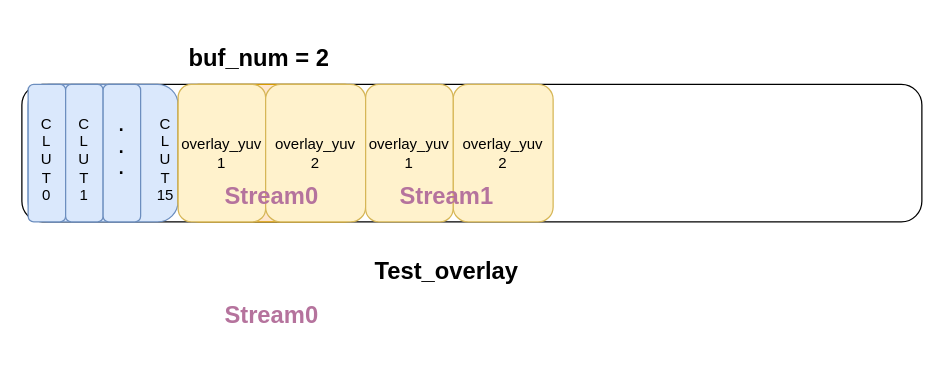
Before: amba-overlay-mem.drawio in SheridanX/diagrams, a draw.io diagram. Source tidied: cells renumbered, new cells numbered last; positions are measured from the earlier drawing's top-left corner, leaving out a move shared by most shapes. Both pictures are drawn from the tidied source at 125%, with x=0, y=0 at pixel (21, 21).
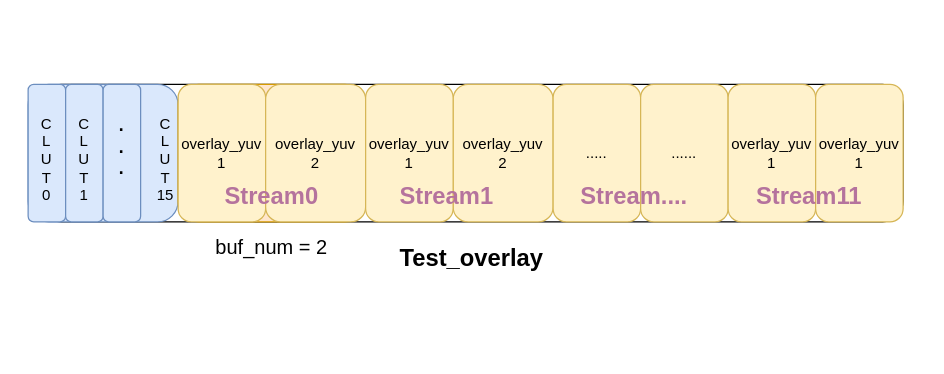
Above is the later version.

What changed in the source:
```diff
@@
     <mxCell id="3" style="rounded=1;whiteSpace=wrap;html=1;" parent="1" vertex="1">
-      <mxGeometry y="50" width="720" height="110" as="geometry" />
+      <mxGeometry x="15" y="50" width="690" height="110" as="geometry" />
     </mxCell>
     <mxCell id="4" value="&lt;b&gt;&lt;font style=&quot;font-size: 19px&quot;&gt;Test_overlay&lt;/font&gt;&lt;/b&gt;" style="text;html=1;strokeColor=none;fillColor=none;align=center;verticalAlign=middle;whiteSpace=wrap;rounded=0;" parent="1" vertex="1">
-      <mxGeometry x="275" y="170" width="130" height="60" as="geometry" />
+      <mxGeometry x="295" y="160" width="130" height="60" as="geometry" />
     </mxCell>
@@
-    <mxCell id="14" value="&lt;b&gt;&lt;font style=&quot;font-size: 19px&quot;&gt;buf_num = 2&lt;/font&gt;&lt;/b&gt;" style="text;html=1;strokeColor=none;fillColor=none;align=center;verticalAlign=middle;whiteSpace=wrap;rounded=0;" parent="1" vertex="1">
-      <mxGeometry x="125" width="130" height="60" as="geometry" />
+    <mxCell id="14" value="&lt;font style=&quot;font-size: 16px&quot;&gt;buf_num = 2&lt;/font&gt;" style="text;html=1;strokeColor=none;fillColor=none;align=center;verticalAlign=middle;whiteSpace=wrap;rounded=0;" parent="1" vertex="1">
+      <mxGeometry x="135" y="150" width="130" height="60" as="geometry" />
     </mxCell>
@@
-    <mxCell id="18" value="&lt;span style=&quot;font-size: 19px&quot;&gt;&lt;b&gt;&lt;font color=&quot;#b5739d&quot;&gt;Stream0&lt;/font&gt;&lt;/b&gt;&lt;/span&gt;" style="text;html=1;strokeColor=none;fillColor=none;align=center;verticalAlign=middle;whiteSpace=wrap;rounded=0;" parent="1" vertex="1">
-      <mxGeometry x="135" y="205" width="130" height="60" as="geometry" />
-    </mxCell>
@@
+    <mxCell id="22" value="....." style="rounded=1;whiteSpace=wrap;html=1;fillColor=#fff2cc;strokeColor=#d6b656;" parent="1" vertex="1">
+      <mxGeometry x="425" y="50" width="70" height="110" as="geometry" />
+    </mxCell>
+    <mxCell id="23" value="......" style="rounded=1;whiteSpace=wrap;html=1;fillColor=#fff2cc;strokeColor=#d6b656;" parent="1" vertex="1">
+      <mxGeometry x="495" y="50" width="70" height="110" as="geometry" />
+    </mxCell>
+    <mxCell id="24" value="&lt;span style=&quot;font-size: 19px&quot;&gt;&lt;b&gt;&lt;font color=&quot;#b5739d&quot;&gt;Stream....&lt;/font&gt;&lt;/b&gt;&lt;/span&gt;" style="text;html=1;strokeColor=none;fillColor=none;align=center;verticalAlign=middle;whiteSpace=wrap;rounded=0;" parent="1" vertex="1">
+      <mxGeometry x="425" y="110" width="130" height="60" as="geometry" />
+    </mxCell>
+    <mxCell id="25" value="overlay_yuv&lt;br&gt;1" style="rounded=1;whiteSpace=wrap;html=1;fillColor=#fff2cc;strokeColor=#d6b656;" parent="1" vertex="1">
+      <mxGeometry x="565" y="50" width="70" height="110" as="geometry" />
+    </mxCell>
+    <mxCell id="26" value="overlay_yuv&lt;br&gt;1" style="rounded=1;whiteSpace=wrap;html=1;fillColor=#fff2cc;strokeColor=#d6b656;" parent="1" vertex="1">
+      <mxGeometry x="635" y="50" width="70" height="110" as="geometry" />
+    </mxCell>
+    <mxCell id="27" value="&lt;span style=&quot;font-size: 19px&quot;&gt;&lt;b&gt;&lt;font color=&quot;#b5739d&quot;&gt;Stream11&lt;/font&gt;&lt;/b&gt;&lt;/span&gt;" style="text;html=1;strokeColor=none;fillColor=none;align=center;verticalAlign=middle;whiteSpace=wrap;rounded=0;" parent="1" vertex="1">
+      <mxGeometry x="565" y="110" width="130" height="60" as="geometry" />
+    </mxCell>
```
